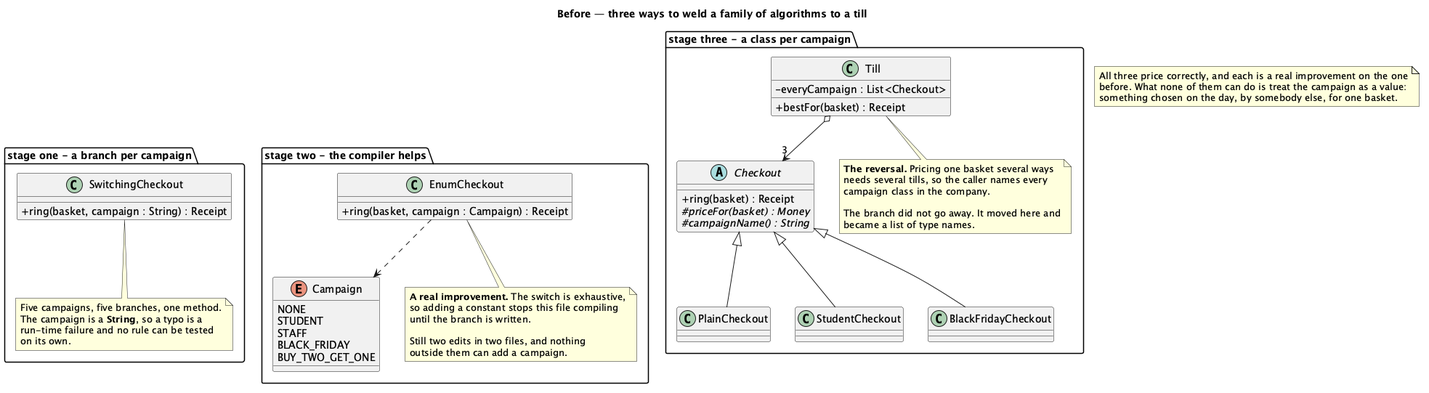
kaldiroglu/DesignPatternsWithJava keeps this PlantUML diagram as src/main/java/dev/kaldiroglu/dp/behavioral/strategy/pricing/uml/Strategy - Pricing (Problem) - Class Diagram.png. Above is the earlier version.
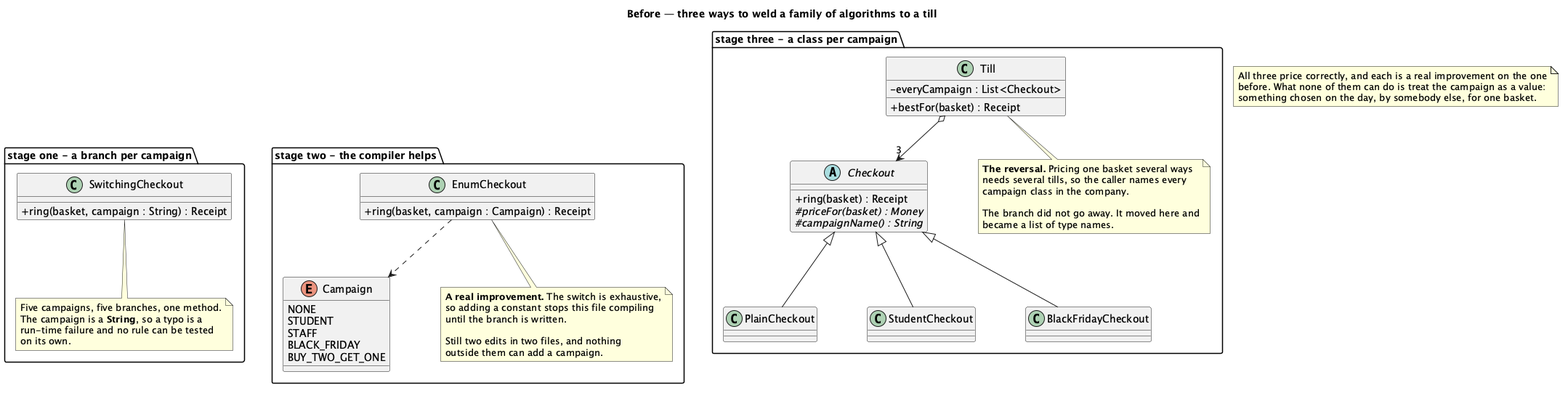
Above is the later version.

The edit, as a diff of the source:
```diff
@@ -1,4 +1,13 @@
-@startuml "Strategy - Pricing (Problem) - Class Diagram"
+@startuml
+skinparam linetype polyline
+skinparam nodesep 70
+skinparam class {
+  BackgroundColor<<spacer>> transparent
+  BorderColor<<spacer>> transparent
+  FontColor<<spacer>> transparent
+}
+hide <<spacer>> stereotype
+hide <<spacer>> circle
 skinparam classAttributeIconSize 0
 title Before — three ways to weld a family of algorithms to a till
 
@@ -25,7 +34,6 @@
   class EnumCheckout {
     + ring(basket, campaign : Campaign) : Receipt
   }
-  EnumCheckout ..> Campaign
   note bottom of EnumCheckout
     <b>A real improvement.</b> The switch is exhaustive,
     so adding a constant stops this file compiling
@@ -47,13 +55,14 @@
   class BlackFridayCheckout
   Checkout <|-- PlainCheckout
   Checkout <|-- StudentCheckout
+class " " as Spacer1 <<spacer>>
+Checkout -[hidden]- Spacer1
   Checkout <|-- BlackFridayCheckout
 
   class Till {
     - everyCampaign : List<Checkout>
     + bestFor(basket) : Receipt
   }
-  Till o--> "3" Checkout
   note bottom of Till
     <b>The reversal.</b> Pricing one basket several ways
     needs several tills, so the caller names every
@@ -73,4 +82,6 @@
   something chosen on the day, by somebody else, for one basket.
 end note
 
+  EnumCheckout ..> Campaign
+  Till o--> "3" Checkout
 @enduml
```
